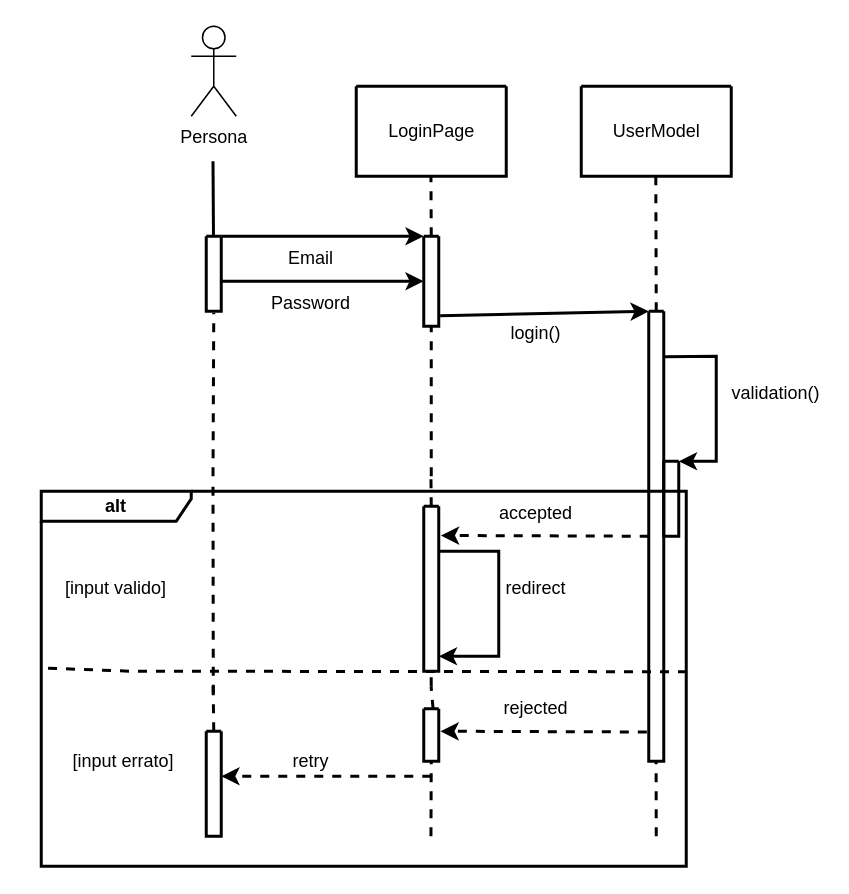
446f6e6e79/ConfiguratoreAuto keeps this draw.io diagram as doc/LoginSeq.drawio. Above is the earlier version. Source tidied: cells renumbered, new cells numbered last; positions are measured from the earlier drawing's top-left corner, leaving out a move shared by most shapes. Both pictures are drawn from the tidied source at 150%, with x=0, y=0 at pixel (26, 26).
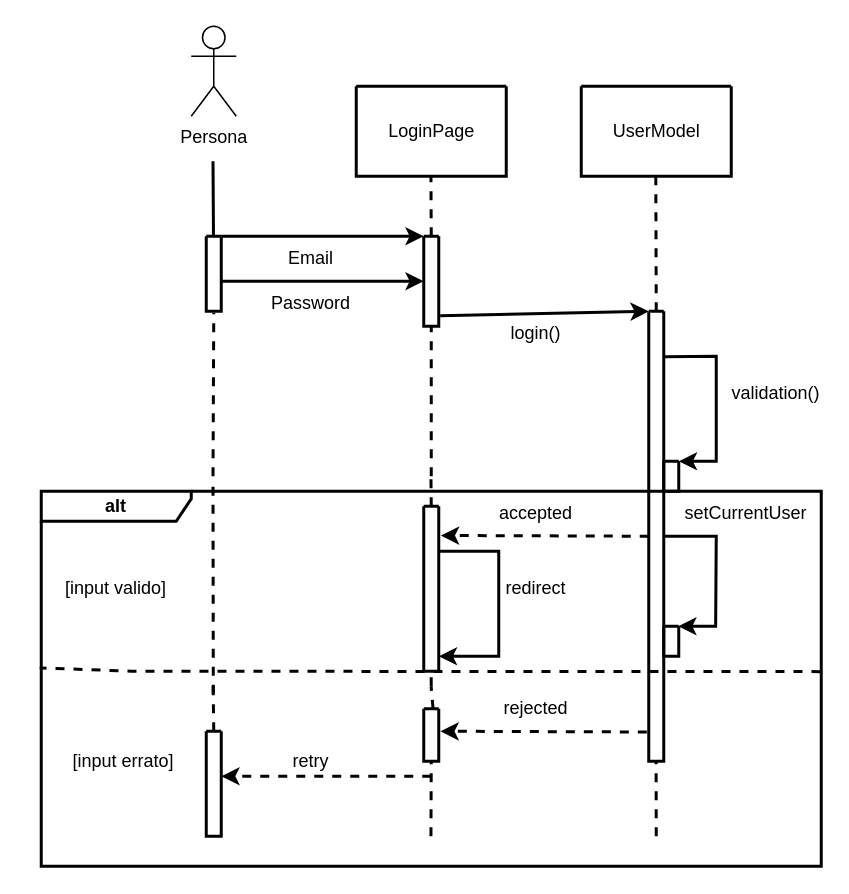
The same diagram, later.

Unchanged cells that the change refers to:
```xml
<mxCell id="28" style="swimlane;startSize=0;labelBackgroundColor=none;strokeWidth=2;" parent="1" vertex="1">
  <mxGeometry x="415" y="190" width="10" height="300" as="geometry" />
</mxCell>
```

What changed in the source:
```diff
@@
     <mxCell id="2" value="&lt;b&gt;alt&lt;/b&gt;" style="shape=umlFrame;whiteSpace=wrap;html=1;labelBackgroundColor=none;strokeWidth=2;fillColor=none;width=100;height=20;" parent="1" vertex="1">
-      <mxGeometry x="10" y="310" width="430" height="250" as="geometry" />
+      <mxGeometry x="10" y="310" width="520" height="250" as="geometry" />
     </mxCell>
@@
-    <mxCell id="43" style="endArrow=none;dashed=1;html=1;rounded=0;strokeWidth=2;entryX=-0.002;entryY=0.471;entryDx=0;entryDy=0;entryPerimeter=0;exitX=1.001;exitY=0.543;exitDx=0;exitDy=0;exitPerimeter=0;" parent="1" edge="1" target="2">
+    <mxCell id="43" style="endArrow=none;dashed=1;html=1;rounded=0;strokeWidth=2;entryX=-0.002;entryY=0.471;entryDx=0;entryDy=0;entryPerimeter=0;exitX=0.999;exitY=0.481;exitDx=0;exitDy=0;exitPerimeter=0;" parent="1" edge="1" source="2" target="2">
       <mxGeometry relative="1" as="geometry">
-        <mxPoint x="440.5" y="430.3" as="sourcePoint" />
         <Array as="points">
           <mxPoint x="70" y="430" />
         </Array>
       </mxGeometry>
     </mxCell>
@@
     <mxCell id="46" style="swimlane;startSize=0;labelBackgroundColor=none;strokeWidth=2;" parent="1" vertex="1">
-      <mxGeometry x="425" y="290" width="10" height="50" as="geometry" />
+      <mxGeometry x="425" y="290" width="10" height="20" as="geometry" />
     </mxCell>
+    <mxCell id="47" style="endArrow=classic;html=1;rounded=0;strokeWidth=2;exitX=1;exitY=0.5;exitDx=0;exitDy=0;entryX=1;entryY=0;entryDx=0;entryDy=0;" parent="1" edge="1" source="28">
+      <mxGeometry relative="1" as="geometry">
+        <mxPoint x="434.6" y="400" as="targetPoint" />
+        <Array as="points">
+          <mxPoint x="440" y="340" />
+          <mxPoint x="460" y="340" />
+          <mxPoint x="459.6" y="400" />
+        </Array>
+      </mxGeometry>
+    </mxCell>
+    <mxCell id="48" style="swimlane;startSize=0;labelBackgroundColor=none;strokeWidth=2;" parent="1" vertex="1">
+      <mxGeometry x="425" y="400" width="10" height="20" as="geometry" />
+    </mxCell>
+    <mxCell id="49" value="setCurrentUser" style="text;html=1;strokeColor=none;fillColor=none;align=center;verticalAlign=middle;whiteSpace=wrap;rounded=0;labelBackgroundColor=none;strokeWidth=2;" parent="1" vertex="1">
+      <mxGeometry x="450" y="310" width="60" height="30" as="geometry" />
+    </mxCell>
```
